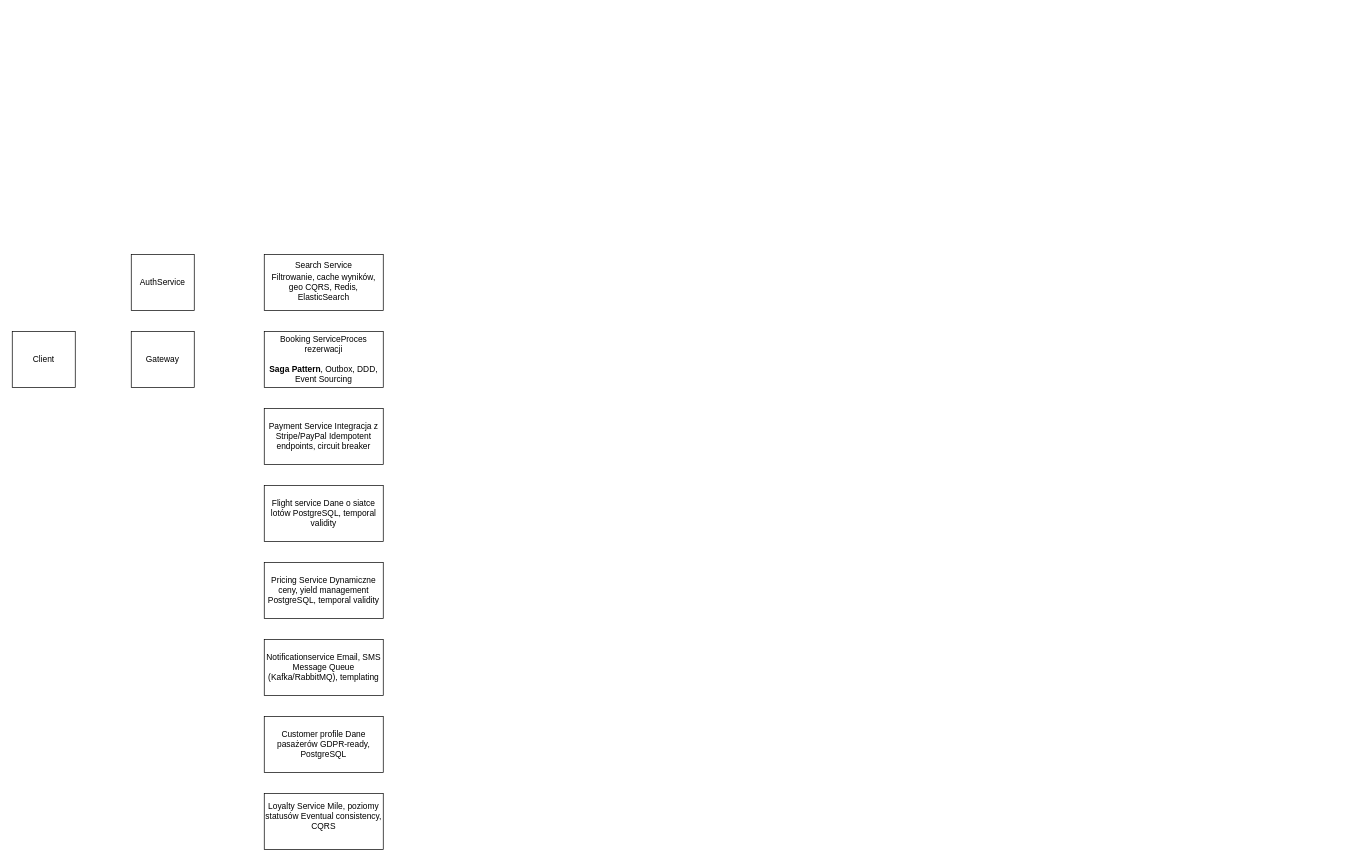
This is docs/diagram.drawio from robson093/jetwise, a draw.io file, before an edit. Source tidied: cells renumbered, new cells numbered last; positions are measured from the earlier drawing's top-left corner, leaving out a move shared by most shapes. Both pictures are drawn from the tidied source at 70%, with x=0, y=0 at pixel (12, 254).
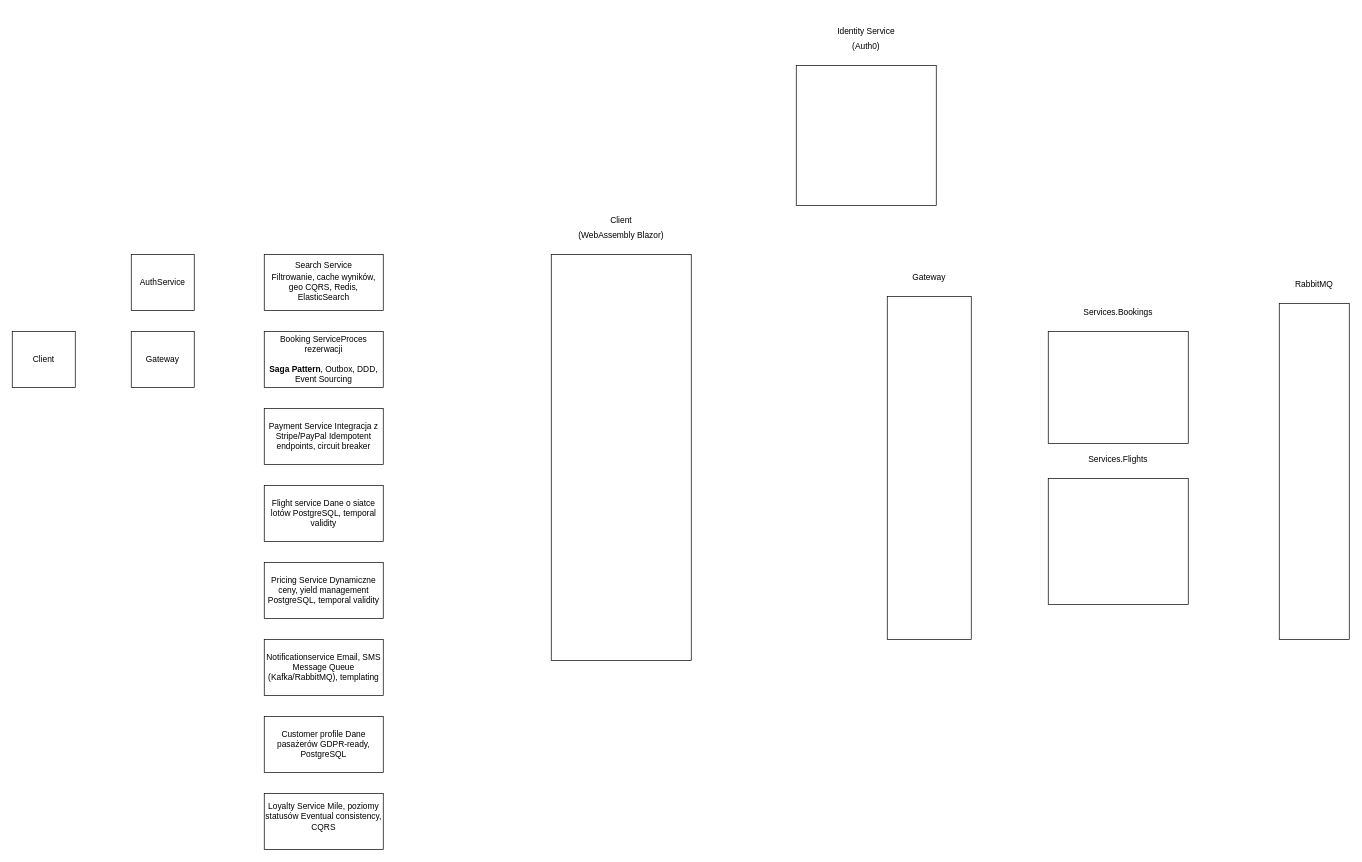
The same page after the edit.

Diff of the diagram source:
```diff
@@
 <mxGraphModel>
   <root>
     <mxCell id="0" />
     <mxCell id="1" parent="0" />
     <mxCell id="2" value="Client" style="rounded=0;whiteSpace=wrap;html=1;" parent="1" vertex="1">
       <mxGeometry y="110" width="90" height="80" as="geometry" />
     </mxCell>
     <mxCell id="3" value="Gateway" style="rounded=0;whiteSpace=wrap;html=1;" parent="1" vertex="1">
       <mxGeometry x="170" y="110" width="90" height="80" as="geometry" />
     </mxCell>
     <mxCell id="4" value="Search Service&lt;div&gt;&lt;table&gt;&lt;tbody&gt;&lt;tr&gt;&lt;td&gt;Filtrowanie, cache wyników, geo CQRS, Redis, ElasticSearch&lt;/td&gt;&lt;/tr&gt;&lt;/tbody&gt;&lt;/table&gt;&lt;/div&gt;" style="rounded=0;whiteSpace=wrap;html=1;" parent="1" vertex="1">
       <mxGeometry x="360" width="170" height="80" as="geometry" />
     </mxCell>
     <mxCell id="5" value="AuthService" style="rounded=0;whiteSpace=wrap;html=1;" parent="1" vertex="1">
       <mxGeometry x="170" width="90" height="80" as="geometry" />
     </mxCell>
     <mxCell id="6" value="Booking ServiceProces rezerwacji&lt;div&gt;&lt;br&gt;&lt;/div&gt;&lt;div&gt;&lt;strong&gt;Saga Pattern&lt;/strong&gt;, Outbox, DDD, Event Sourcing&lt;/div&gt;" style="rounded=0;whiteSpace=wrap;html=1;" parent="1" vertex="1">
       <mxGeometry x="360" y="110" width="170" height="80" as="geometry" />
     </mxCell>
     <mxCell id="7" value="Payment Service Integracja z Stripe/PayPal Idempotent endpoints, circuit breaker" style="rounded=0;whiteSpace=wrap;html=1;" parent="1" vertex="1">
       <mxGeometry x="360" y="220" width="170" height="80" as="geometry" />
     </mxCell>
     <mxCell id="8" value="Flight service Dane o siatce lotów PostgreSQL, temporal validity" style="rounded=0;whiteSpace=wrap;html=1;" parent="1" vertex="1">
       <mxGeometry x="360" y="330" width="170" height="80" as="geometry" />
     </mxCell>
     <mxCell id="9" value="Pricing Service Dynamiczne ceny, yield management PostgreSQL, temporal validity" style="rounded=0;whiteSpace=wrap;html=1;" parent="1" vertex="1">
       <mxGeometry x="360" y="440" width="170" height="80" as="geometry" />
     </mxCell>
     <mxCell id="10" value="Notificationservice Email, SMS Message Queue (Kafka/RabbitMQ), templating" style="rounded=0;whiteSpace=wrap;html=1;" parent="1" vertex="1">
       <mxGeometry x="360" y="550" width="170" height="80" as="geometry" />
     </mxCell>
     <mxCell id="11" value="&lt;div&gt;Customer profile&amp;nbsp;&lt;span style=&quot;background-color: transparent; color: light-dark(rgb(0, 0, 0), rgb(255, 255, 255));&quot;&gt;Dane pasażerów&amp;nbsp;&lt;/span&gt;&lt;span style=&quot;background-color: transparent; color: light-dark(rgb(0, 0, 0), rgb(255, 255, 255));&quot;&gt;GDPR-ready, PostgreSQL&lt;/span&gt;&lt;/div&gt;" style="rounded=0;whiteSpace=wrap;html=1;" parent="1" vertex="1">
       <mxGeometry x="360" y="660" width="170" height="80" as="geometry" />
     </mxCell>
     <mxCell id="12" value="Loyalty Service Mile, poziomy statusów Eventual consistency, CQRS&lt;div&gt;&lt;br&gt;&lt;/div&gt;" style="rounded=0;whiteSpace=wrap;html=1;" parent="1" vertex="1">
       <mxGeometry x="360" y="770" width="170" height="80" as="geometry" />
     </mxCell>
+    <mxCell id="13" value="&lt;h2&gt;&lt;div style=&quot;&quot;&gt;&lt;span style=&quot;background-color: transparent; color: light-dark(rgb(0, 0, 0), rgb(255, 255, 255)); font-size: 12px; font-weight: normal;&quot;&gt;Client&lt;/span&gt;&lt;/div&gt;&lt;div style=&quot;&quot;&gt;&lt;span style=&quot;background-color: transparent; color: light-dark(rgb(0, 0, 0), rgb(255, 255, 255)); font-size: 12px; font-weight: normal;&quot;&gt;(WebAssembly Blazor)&lt;/span&gt;&lt;/div&gt;&lt;/h2&gt;" style="rounded=0;whiteSpace=wrap;html=1;align=center;labelPosition=center;verticalLabelPosition=top;verticalAlign=bottom;" parent="1" vertex="1">
+      <mxGeometry x="770" width="200" height="580" as="geometry" />
+    </mxCell>
+    <mxCell id="14" value="&lt;h2&gt;&lt;div style=&quot;&quot;&gt;&lt;span style=&quot;font-size: 12px; font-weight: 400;&quot;&gt;Gateway&lt;/span&gt;&lt;/div&gt;&lt;/h2&gt;" style="rounded=0;whiteSpace=wrap;html=1;align=center;labelPosition=center;verticalLabelPosition=top;verticalAlign=bottom;" parent="1" vertex="1">
+      <mxGeometry x="1250" y="60" width="120" height="490" as="geometry" />
+    </mxCell>
+    <mxCell id="15" value="&lt;h2&gt;&lt;div style=&quot;&quot;&gt;&lt;span style=&quot;font-size: 12px; font-weight: 400;&quot;&gt;Identity Service&lt;/span&gt;&lt;/div&gt;&lt;div style=&quot;&quot;&gt;&lt;span style=&quot;font-size: 12px; font-weight: 400;&quot;&gt;(Auth0)&lt;/span&gt;&lt;/div&gt;&lt;/h2&gt;" style="rounded=0;whiteSpace=wrap;html=1;align=center;labelPosition=center;verticalLabelPosition=top;verticalAlign=bottom;" parent="1" vertex="1">
+      <mxGeometry x="1120" y="-270" width="200" height="200" as="geometry" />
+    </mxCell>
+    <mxCell id="16" value="&lt;h2&gt;&lt;div style=&quot;&quot;&gt;&lt;span style=&quot;font-size: 12px; font-weight: 400;&quot;&gt;Services.Bookings&lt;/span&gt;&lt;/div&gt;&lt;/h2&gt;" style="rounded=0;whiteSpace=wrap;html=1;align=center;labelPosition=center;verticalLabelPosition=top;verticalAlign=bottom;" parent="1" vertex="1">
+      <mxGeometry x="1480" y="110" width="200" height="160" as="geometry" />
+    </mxCell>
+    <mxCell id="17" value="&lt;h2&gt;&lt;div style=&quot;&quot;&gt;&lt;span style=&quot;font-size: 12px; font-weight: 400;&quot;&gt;Services.Flights&lt;/span&gt;&lt;/div&gt;&lt;/h2&gt;" style="rounded=0;whiteSpace=wrap;html=1;align=center;labelPosition=center;verticalLabelPosition=top;verticalAlign=bottom;" parent="1" vertex="1">
+      <mxGeometry x="1480" y="320" width="200" height="180" as="geometry" />
+    </mxCell>
+    <mxCell id="18" value="&lt;h2&gt;&lt;div style=&quot;&quot;&gt;&lt;span style=&quot;font-size: 12px; font-weight: 400;&quot;&gt;RabbitMQ&lt;/span&gt;&lt;/div&gt;&lt;/h2&gt;" style="rounded=0;whiteSpace=wrap;html=1;align=center;labelPosition=center;verticalLabelPosition=top;verticalAlign=bottom;" parent="1" vertex="1">
+      <mxGeometry x="1810" y="70" width="100" height="480" as="geometry" />
+    </mxCell>
   </root>
 </mxGraphModel>
```
